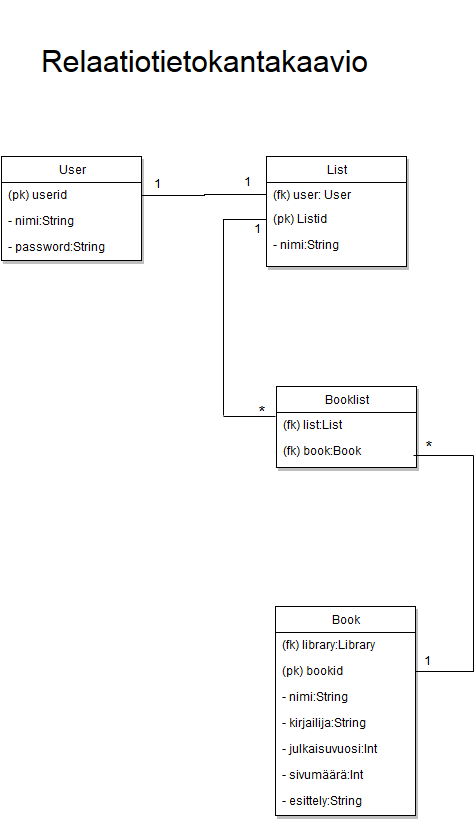
Above: doc/Relaatiotietokantakaavio.png in mclantta/Tsoha-Bootstrap (draw.io), before the change. Source tidied: cells renumbered, new cells last; positions are measured from the earlier drawing's top-left corner, leaving out a move shared by most shapes.
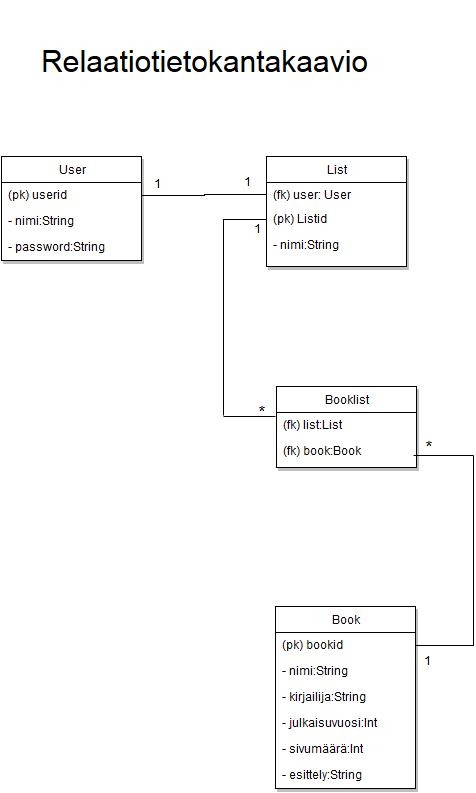
Above is the later version.

Diff of the diagram source:
```diff
@@ -15,28 +15,25 @@
       <mxGeometry y="78" width="140" height="26" as="geometry" />
     </mxCell>
     <mxCell id="6" value="Book" style="swimlane;html=1;fontStyle=0;horizontal=1;startSize=26;fillColor=none;swimlaneFillColor=#ffffff;shadow=1;fontSize=12;" parent="1" vertex="1">
-      <mxGeometry x="274" y="605" width="140" height="209" as="geometry" />
+      <mxGeometry x="274" y="605" width="140" height="182" as="geometry" />
     </mxCell>
-    <mxCell id="7" value="(fk) library:Library&lt;br&gt;" style="text;html=1;strokeColor=none;fillColor=none;align=left;verticalAlign=top;spacingLeft=4;spacingRight=4;whiteSpace=wrap;overflow=hidden;" parent="6" vertex="1">
-      <mxGeometry y="26" width="140" height="26" as="geometry" />
-    </mxCell>
     <mxCell id="8" value="(pk) bookid&lt;br&gt;&amp;nbsp;" style="text;html=1;strokeColor=none;fillColor=none;align=left;verticalAlign=top;spacingLeft=4;spacingRight=4;whiteSpace=wrap;overflow=hidden;points=[[0,0.5],[1,0.5]];portConstraint=eastwest;" parent="6" vertex="1">
-      <mxGeometry y="52" width="140" height="26" as="geometry" />
+      <mxGeometry y="26" width="140" height="26" as="geometry" />
     </mxCell>
     <mxCell id="9" value="- nimi:String" style="text;html=1;strokeColor=none;fillColor=none;align=left;verticalAlign=top;spacingLeft=4;spacingRight=4;whiteSpace=wrap;overflow=hidden;" parent="6" vertex="1">
-      <mxGeometry y="78" width="140" height="26" as="geometry" />
+      <mxGeometry y="52" width="140" height="26" as="geometry" />
     </mxCell>
     <mxCell id="10" value="- kirjailija:String" style="text;html=1;strokeColor=none;fillColor=none;align=left;verticalAlign=top;spacingLeft=4;spacingRight=4;whiteSpace=wrap;overflow=hidden;" parent="6" vertex="1">
-      <mxGeometry y="104" width="140" height="26" as="geometry" />
+      <mxGeometry y="78" width="140" height="26" as="geometry" />
     </mxCell>
     <mxCell id="11" value="- julkaisuvuosi:Int&lt;br&gt;" style="text;html=1;strokeColor=none;fillColor=none;align=left;verticalAlign=top;spacingLeft=4;spacingRight=4;whiteSpace=wrap;overflow=hidden;" parent="6" vertex="1">
-      <mxGeometry y="130" width="140" height="26" as="geometry" />
+      <mxGeometry y="104" width="140" height="26" as="geometry" />
     </mxCell>
     <mxCell id="12" value="- sivumäärä:Int&lt;br&gt;" style="text;html=1;strokeColor=none;fillColor=none;align=left;verticalAlign=top;spacingLeft=4;spacingRight=4;whiteSpace=wrap;overflow=hidden;" parent="6" vertex="1">
-      <mxGeometry y="156" width="140" height="26" as="geometry" />
+      <mxGeometry y="130" width="140" height="26" as="geometry" />
     </mxCell>
     <mxCell id="13" value="- esittely:String" style="text;html=1;strokeColor=none;fillColor=none;align=left;verticalAlign=top;spacingLeft=4;spacingRight=4;whiteSpace=wrap;overflow=hidden;" parent="6" vertex="1">
-      <mxGeometry y="182" width="140" height="26" as="geometry" />
+      <mxGeometry y="156" width="140" height="26" as="geometry" />
     </mxCell>
     <mxCell id="14" value="List&lt;br&gt;" style="swimlane;html=1;fontStyle=0;horizontal=1;startSize=26;fillColor=none;swimlaneFillColor=#ffffff;shadow=1;fontSize=12;" parent="1" vertex="1">
       <mxGeometry x="265" y="155" width="140" height="110" as="geometry" />
```
